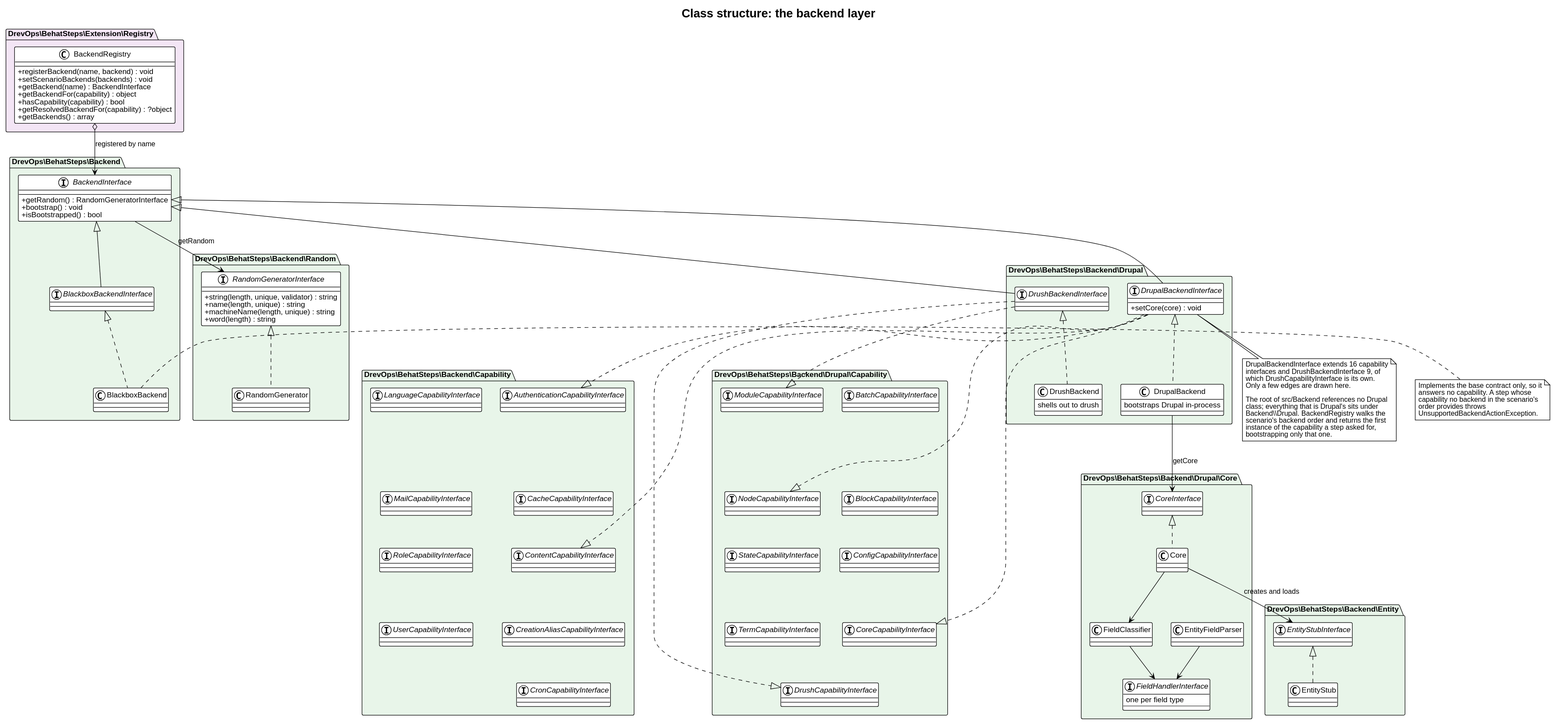
The PlantUML diagram docs/architecture/class-backends.svg in drevops/behat-steps, before a commit.
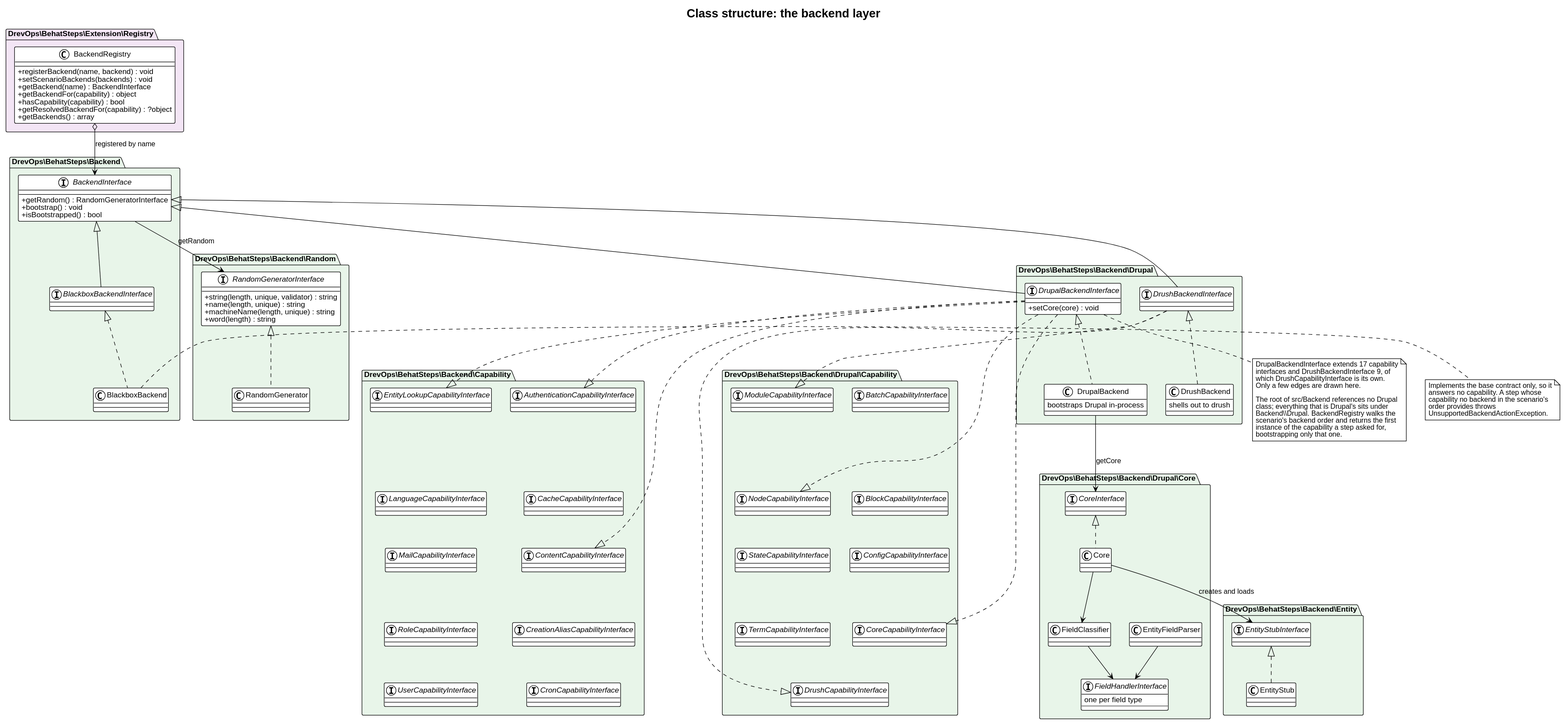
Later version of the same file.

Diff of the diagram source:
```diff
@@ -50,6 +50,7 @@
   interface ContentCapabilityInterface
   interface CreationAliasCapabilityInterface
   interface CronCapabilityInterface
+  interface EntityLookupCapabilityInterface
   interface LanguageCapabilityInterface
   interface MailCapabilityInterface
   interface RoleCapabilityInterface
@@ -60,6 +61,7 @@
   ContentCapabilityInterface -[hidden]down- CreationAliasCapabilityInterface
   CreationAliasCapabilityInterface -[hidden]down- CronCapabilityInterface
 
+  EntityLookupCapabilityInterface -[hidden]down- LanguageCapabilityInterface
   LanguageCapabilityInterface -[hidden]down- MailCapabilityInterface
   MailCapabilityInterface -[hidden]down- RoleCapabilityInterface
   RoleCapabilityInterface -[hidden]down- UserCapabilityInterface
@@ -132,6 +134,7 @@
 DrupalBackendInterface ..|> AuthenticationCapabilityInterface
 DrupalBackendInterface ..|> ContentCapabilityInterface
 DrupalBackendInterface ..|> CoreCapabilityInterface
+DrupalBackendInterface ..|> EntityLookupCapabilityInterface
 DrupalBackendInterface ..|> NodeCapabilityInterface
 DrushBackendInterface ..|> DrushCapabilityInterface
 DrushBackendInterface ..|> ModuleCapabilityInterface
@@ -148,7 +151,7 @@
 end note
 
 note bottom of DrupalBackendInterface
-  DrupalBackendInterface extends 16 capability
+  DrupalBackendInterface extends 17 capability
   interfaces and DrushBackendInterface 9, of
   which DrushCapabilityInterface is its own.
   Only a few edges are drawn here.
```
